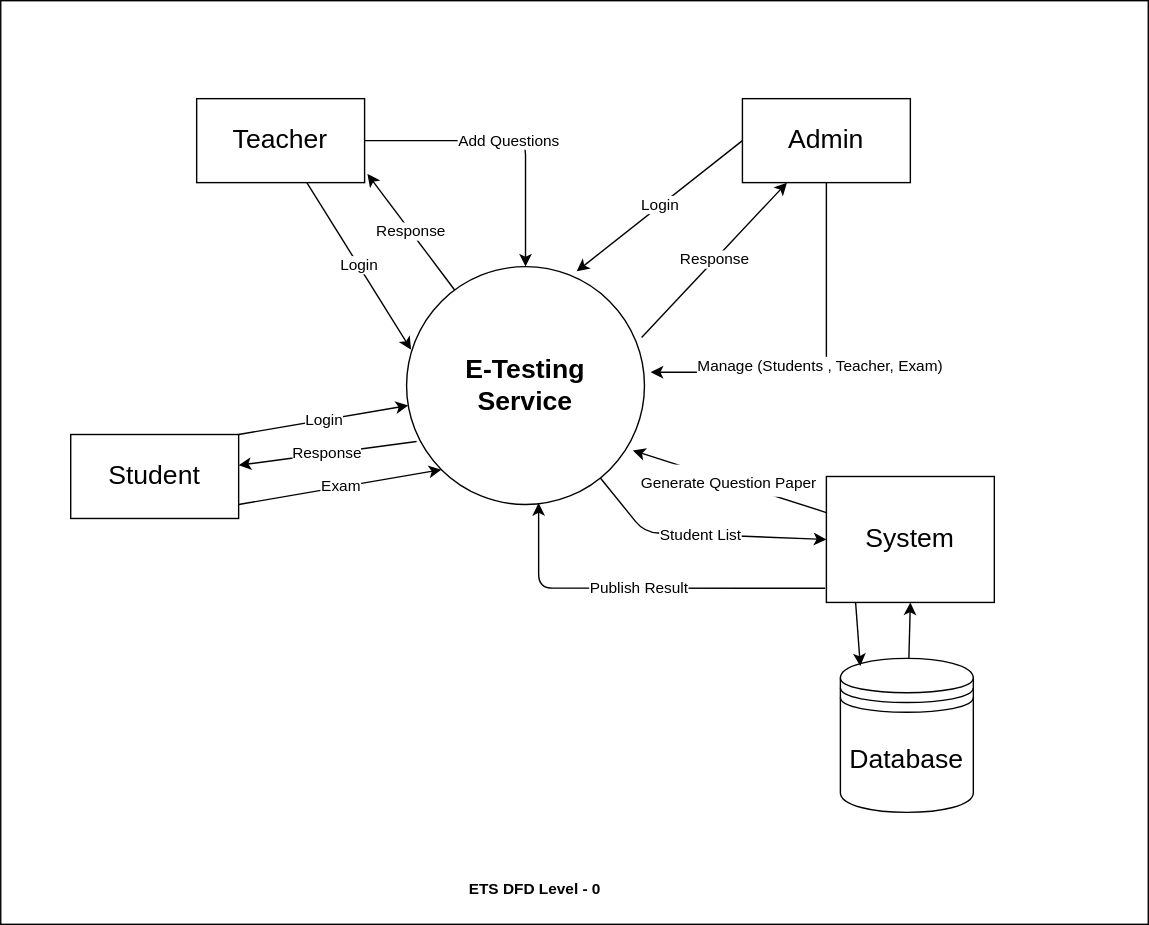
This is DFD lvl 0 .drawio.svg from Zaeem6100/FYP-Documents, a draw.io export, as it was before one commit. Source tidied: cells renumbered, new cells last; positions are measured from the earlier drawing's top-left corner, leaving out a move shared by most shapes.
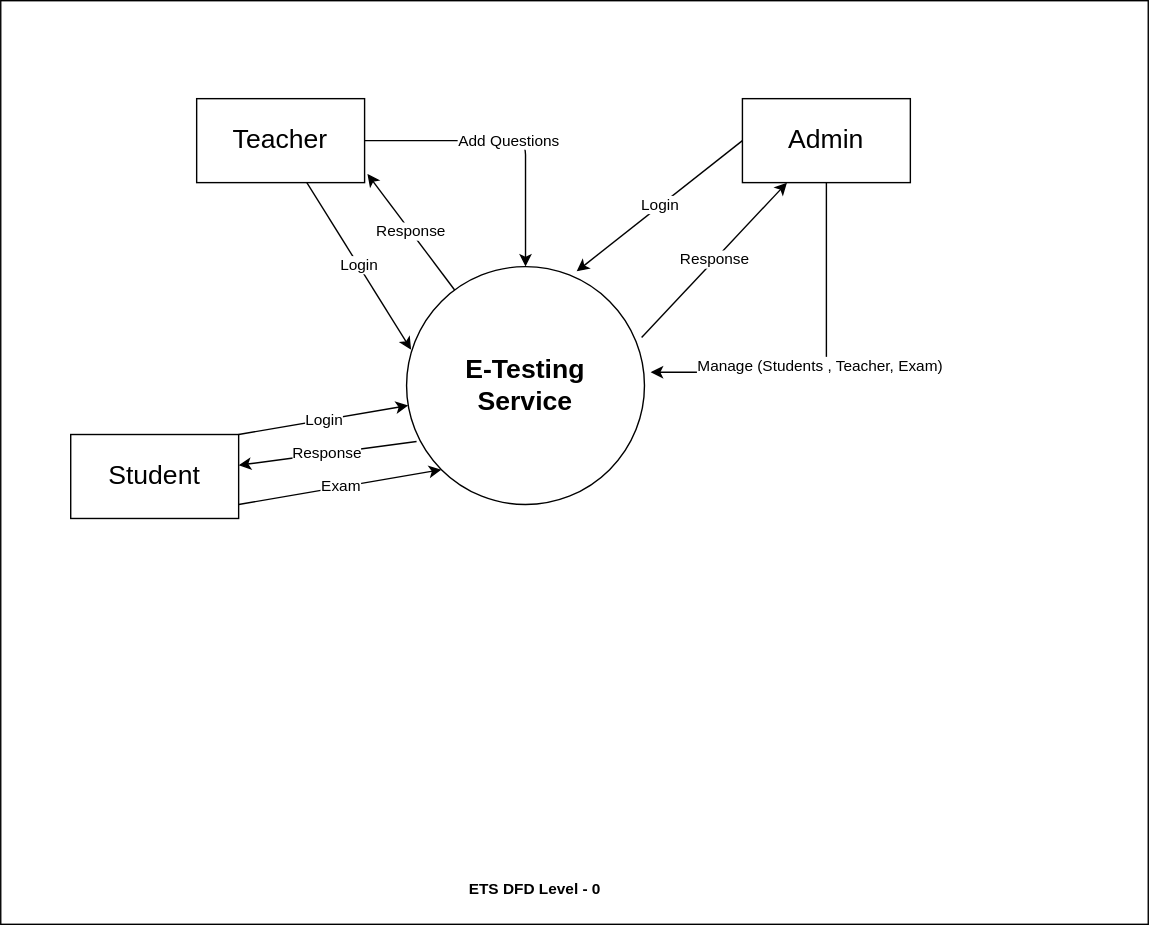
The same file after the commit.

Diff of the diagram source:
```diff
@@ -14,12 +14,6 @@
     <mxCell id="5" value="&lt;div style=&quot;&quot;&gt;&lt;b style=&quot;background-color: initial;&quot;&gt;&lt;font style=&quot;font-size: 19px;&quot;&gt;E-Testing&lt;/font&gt;&lt;/b&gt;&lt;/div&gt;&lt;b&gt;&lt;div style=&quot;&quot;&gt;&lt;b style=&quot;background-color: initial;&quot;&gt;&lt;font style=&quot;font-size: 19px;&quot;&gt;Service&lt;/font&gt;&lt;/b&gt;&lt;/div&gt;&lt;/b&gt;" style="ellipse;whiteSpace=wrap;html=1;align=center;" parent="1" vertex="1">
       <mxGeometry x="290" y="190" width="170" height="170" as="geometry" />
     </mxCell>
-    <mxCell id="6" style="edgeStyle=none;rounded=1;jettySize=auto;html=1;entryX=0.5;entryY=1;entryDx=0;entryDy=0;fontSize=11;startArrow=none;startFill=0;endArrow=classic;endFill=1;" parent="1" edge="1" source="7" target="22">
-      <mxGeometry relative="1" as="geometry" />
-    </mxCell>
-    <mxCell id="7" value="Database" style="shape=datastore;whiteSpace=wrap;html=1;fontSize=19;" parent="1" vertex="1">
-      <mxGeometry x="600" y="470" width="95" height="110" as="geometry" />
-    </mxCell>
     <mxCell id="8" value="Response" style="edgeStyle=none;rounded=1;jettySize=auto;html=1;entryX=0.042;entryY=0.735;entryDx=0;entryDy=0;fontSize=11;startArrow=classic;startFill=1;endArrow=none;endFill=0;entryPerimeter=0;" parent="1" edge="1" source="10" target="5">
       <mxGeometry relative="1" as="geometry" />
     </mxCell>
@@ -56,25 +50,6 @@
     <mxCell id="17" value="Admin" style="rounded=0;whiteSpace=wrap;html=1;fontSize=19;" parent="1" vertex="1">
       <mxGeometry x="530" y="70" width="120" height="60" as="geometry" />
     </mxCell>
-    <mxCell id="18" value="&lt;span style=&quot;font-size: 11px;&quot;&gt;Generate Question Paper&lt;/span&gt;" style="jettySize=auto;html=1;entryX=0.951;entryY=0.773;entryDx=0;entryDy=0;entryPerimeter=0;fontSize=19;rounded=1;" parent="1" edge="1" source="22" target="5">
-      <mxGeometry relative="1" as="geometry" />
-    </mxCell>
-    <mxCell id="19" value="Student List" style="edgeStyle=none;rounded=1;jettySize=auto;html=1;fontSize=11;exitX=0;exitY=0.5;exitDx=0;exitDy=0;startArrow=classic;startFill=1;endArrow=none;endFill=0;" parent="1" edge="1" source="22" target="5">
-      <mxGeometry relative="1" as="geometry">
-        <Array as="points">
-          <mxPoint x="460" y="380" />
-        </Array>
-      </mxGeometry>
-    </mxCell>
-    <mxCell id="20" style="rounded=1;jettySize=auto;html=1;entryX=0.15;entryY=0.05;entryDx=0;entryDy=0;entryPerimeter=0;fontSize=11;startArrow=none;startFill=0;endArrow=classic;endFill=1;exitX=0.173;exitY=0.983;exitDx=0;exitDy=0;exitPerimeter=0;" parent="1" edge="1" source="22" target="7">
-      <mxGeometry relative="1" as="geometry" />
-    </mxCell>
-    <mxCell id="21" value="Publish Result" style="edgeStyle=orthogonalEdgeStyle;rounded=1;jettySize=auto;html=1;entryX=0.555;entryY=0.994;entryDx=0;entryDy=0;entryPerimeter=0;fontSize=11;startArrow=none;startFill=0;endArrow=classic;endFill=1;exitX=-0.007;exitY=0.887;exitDx=0;exitDy=0;exitPerimeter=0;" parent="1" edge="1" source="22" target="5">
-      <mxGeometry relative="1" as="geometry" />
-    </mxCell>
-    <mxCell id="22" value="System" style="rounded=0;whiteSpace=wrap;html=1;fontSize=19;" parent="1" vertex="1">
-      <mxGeometry x="590" y="340" width="120" height="90" as="geometry" />
-    </mxCell>
     <mxCell id="23" value="&lt;b&gt;ETS DFD Level - 0&amp;nbsp;&amp;nbsp;&lt;/b&gt;" style="text;html=1;strokeColor=none;fillColor=none;align=center;verticalAlign=middle;whiteSpace=wrap;rounded=0;fontSize=11;" parent="1" vertex="1">
       <mxGeometry x="130" y="620" width="510" height="30" as="geometry" />
     </mxCell>
```
